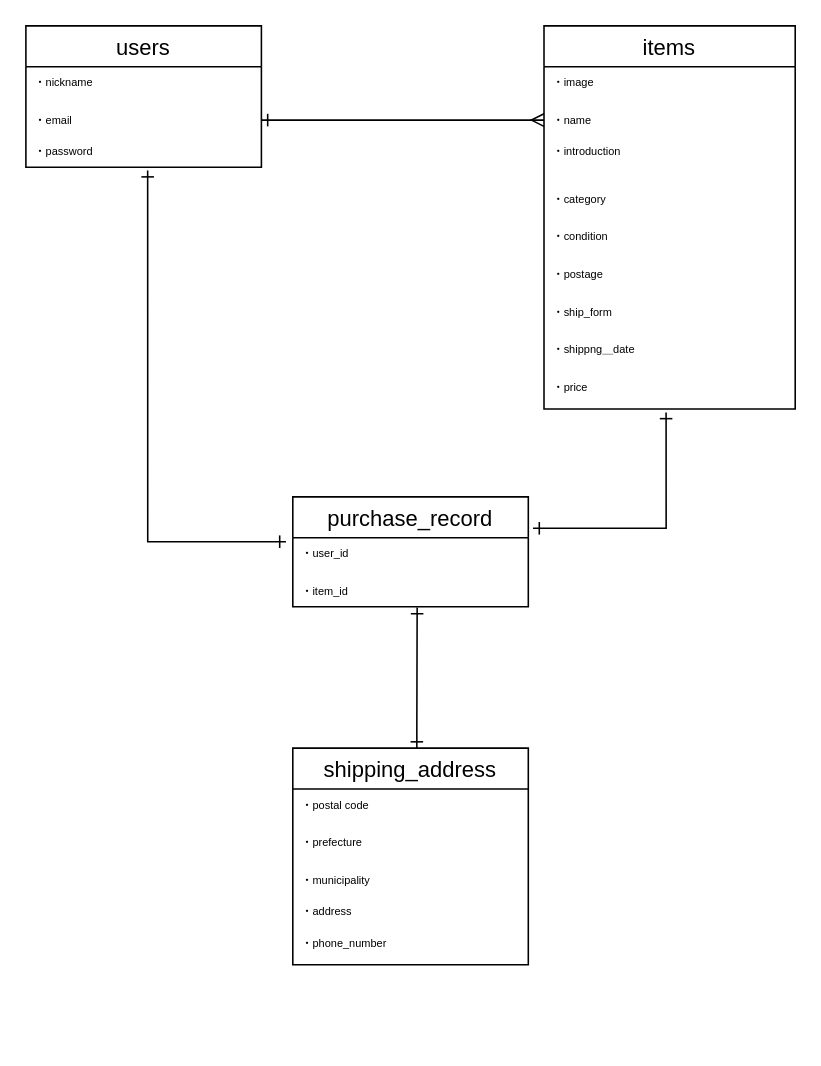
Earlier version of the draw.io diagram test.dio (knt1o12/furima-29069). Source tidied: cells renumbered, new cells numbered last; positions are measured from the earlier drawing's top-left corner, leaving out a move shared by most shapes. Both pictures are drawn from the tidied source at 157%, with x=0, y=0 at pixel (25, 25).
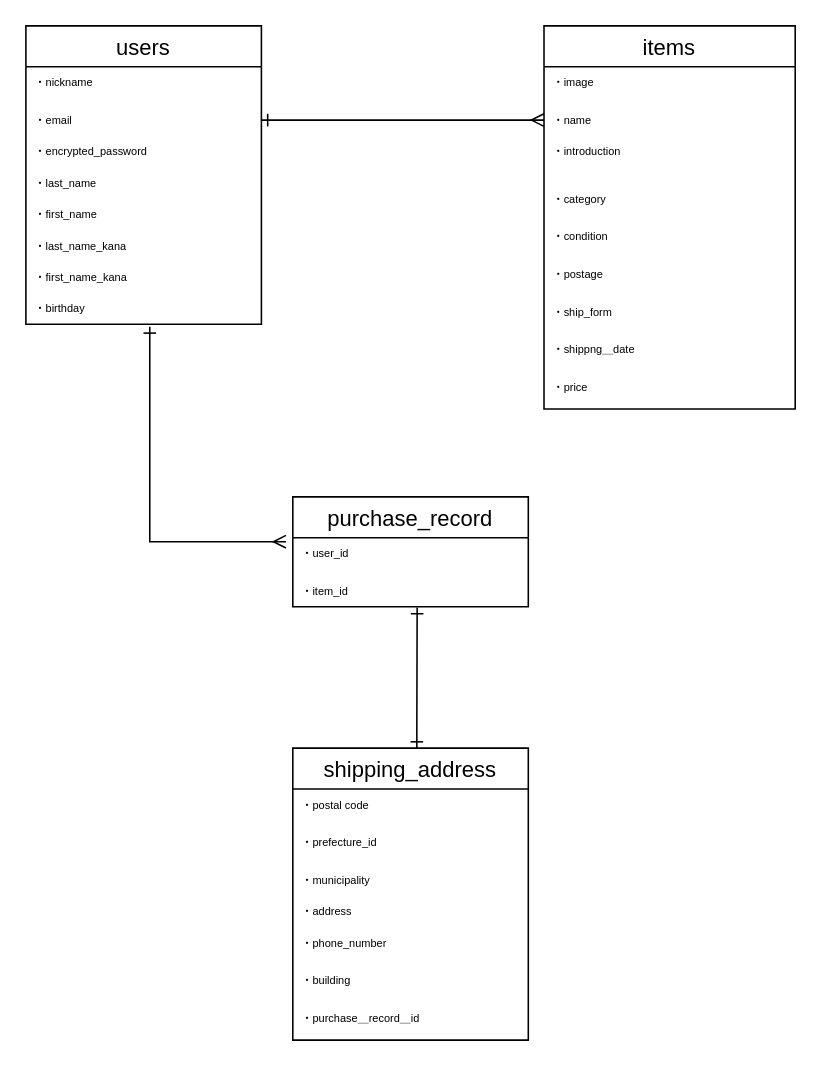
After the change.

Commit message (it also covers changes not shown here):
データ設計　プルリクエスト修正

The change refers to these unchanged cells:
```xml
<mxCell id="15" value="・price" style="text;strokeColor=none;fillColor=none;spacingLeft=4;spacingRight=4;overflow=hidden;points=[[0,0.5],[1,0.5]];portConstraint=eastwest;fontSize=7;" parent="6" vertex="1">
  <mxGeometry y="220" width="160" height="24" as="geometry" />
</mxCell>
<mxCell id="24" value="・user_id&#10;" style="text;strokeColor=none;fillColor=none;spacingLeft=4;spacingRight=4;overflow=hidden;points=[[0,0.5],[1,0.5]];portConstraint=eastwest;fontSize=7;" parent="23" vertex="1">
  <mxGeometry y="26" width="150" height="24" as="geometry" />
</mxCell>
```

Change to the diagram source:
```diff
@@
     <mxCell id="2" value="users" style="swimlane;fontStyle=0;horizontal=1;startSize=26;align=center;fontSize=14;strokeWidth=1;swimlaneLine=1;spacing=1;" parent="1" vertex="1">
-      <mxGeometry width="150" height="90" as="geometry" />
+      <mxGeometry width="150" height="190" as="geometry" />
     </mxCell>
@@
-    <mxCell id="5" value="・password" style="text;strokeColor=none;fillColor=none;spacingLeft=4;spacingRight=4;overflow=hidden;points=[[0,0.5],[1,0.5]];portConstraint=eastwest;fontSize=7;" parent="2" vertex="1">
+    <mxCell id="5" value="・encrypted_password" style="text;strokeColor=none;fillColor=none;spacingLeft=4;spacingRight=4;overflow=hidden;points=[[0,0.5],[1,0.5]];portConstraint=eastwest;fontSize=7;" parent="2" vertex="1">
       <mxGeometry y="70" width="150" height="20" as="geometry" />
     </mxCell>
+    <mxCell id="29" value="・last_name" style="text;strokeColor=none;fillColor=none;spacingLeft=4;spacingRight=4;overflow=hidden;fontSize=7;" parent="2" vertex="1">
+      <mxGeometry y="90" width="150" height="20" as="geometry" />
+    </mxCell>
+    <mxCell id="30" value="・first_name" style="text;strokeColor=none;fillColor=none;spacingLeft=4;spacingRight=4;overflow=hidden;fontSize=7;" parent="2" vertex="1">
+      <mxGeometry y="110" width="150" height="20" as="geometry" />
+    </mxCell>
+    <mxCell id="31" value="・last_name_kana" style="text;strokeColor=none;fillColor=none;spacingLeft=4;spacingRight=4;overflow=hidden;fontSize=7;" parent="2" vertex="1">
+      <mxGeometry y="130" width="150" height="20" as="geometry" />
+    </mxCell>
+    <mxCell id="32" value="・first_name_kana" style="text;strokeColor=none;fillColor=none;spacingLeft=4;spacingRight=4;overflow=hidden;fontSize=7;" parent="2" vertex="1">
+      <mxGeometry y="150" width="150" height="20" as="geometry" />
+    </mxCell>
+    <mxCell id="33" value="・birthday" style="text;strokeColor=none;fillColor=none;spacingLeft=4;spacingRight=4;overflow=hidden;points=[[0,0.5],[1,0.5]];portConstraint=eastwest;fontSize=7;" parent="2" vertex="1">
+      <mxGeometry y="170" width="150" height="20" as="geometry" />
+    </mxCell>
@@
     <mxCell id="17" value="shipping_address" style="swimlane;fontStyle=0;horizontal=1;startSize=26;align=center;fontSize=14;strokeWidth=1;swimlaneLine=1;spacing=1;" parent="1" vertex="1">
-      <mxGeometry x="170" y="460" width="150" height="138" as="geometry" />
+      <mxGeometry x="170" y="460" width="150" height="186" as="geometry" />
     </mxCell>
@@
-    <mxCell id="19" value="・prefecture" style="text;strokeColor=none;fillColor=none;spacingLeft=4;spacingRight=4;overflow=hidden;fontSize=7;" parent="17" vertex="1">
+    <mxCell id="19" value="・prefecture_id" style="text;strokeColor=none;fillColor=none;spacingLeft=4;spacingRight=4;overflow=hidden;fontSize=7;" parent="17" vertex="1">
       <mxGeometry y="50" width="150" height="24" as="geometry" />
     </mxCell>
@@
+    <mxCell id="34" value="・phone_number" style="text;strokeColor=none;fillColor=none;spacingLeft=4;spacingRight=4;overflow=hidden;fontSize=7;" parent="17" vertex="1">
+      <mxGeometry y="114" width="150" height="24" as="geometry" />
+    </mxCell>
+    <mxCell id="35" value="・building" style="text;strokeColor=none;fillColor=none;spacingLeft=4;spacingRight=4;overflow=hidden;fontSize=7;" parent="17" vertex="1">
+      <mxGeometry y="138" width="150" height="24" as="geometry" />
+    </mxCell>
-    <mxCell id="22" value="・phone_number" style="text;strokeColor=none;fillColor=none;spacingLeft=4;spacingRight=4;overflow=hidden;fontSize=7;" parent="17" vertex="1">
-      <mxGeometry y="114" width="150" height="24" as="geometry" />
+    <mxCell id="22" value="・purchase＿record＿id" style="text;strokeColor=none;fillColor=none;spacingLeft=4;spacingRight=4;overflow=hidden;fontSize=7;" parent="17" vertex="1">
+      <mxGeometry y="162" width="150" height="24" as="geometry" />
     </mxCell>
@@
-    <mxCell id="27" style="edgeStyle=orthogonalEdgeStyle;rounded=0;jettySize=auto;html=1;fontSize=7;endArrow=ERone;endFill=0;strokeWidth=1;sourcePerimeterSpacing=0;startArrow=ERone;startFill=0;exitX=0.517;exitY=1.108;exitDx=0;exitDy=0;exitPerimeter=0;entryX=-0.029;entryY=0.105;entryDx=0;entryDy=0;entryPerimeter=0;" parent="1" edge="1" source="5" target="24">
+    <mxCell id="27" style="edgeStyle=orthogonalEdgeStyle;rounded=0;jettySize=auto;html=1;fontSize=7;endArrow=ERmany;endFill=0;strokeWidth=1;sourcePerimeterSpacing=0;startArrow=ERone;startFill=0;entryX=-0.029;entryY=0.105;entryDx=0;entryDy=0;entryPerimeter=0;exitX=0.526;exitY=1.083;exitDx=0;exitDy=0;exitPerimeter=0;" parent="1" edge="1" source="33" target="24">
       <mxGeometry relative="1" as="geometry">
         <Array as="points">
-          <mxPoint x="78" y="328" />
+          <mxPoint x="79" y="329" />
         </Array>
       </mxGeometry>
     </mxCell>
-    <mxCell id="28" style="edgeStyle=orthogonalEdgeStyle;rounded=0;jettySize=auto;html=1;startArrow=ERone;startFill=0;sourcePerimeterSpacing=0;endArrow=ERone;endFill=0;strokeWidth=1;fontSize=7;entryX=0.486;entryY=1.09;entryDx=0;entryDy=0;entryPerimeter=0;" parent="1" edge="1" target="15">
-      <mxGeometry relative="1" as="geometry">
-        <mxPoint x="323" y="320" as="sourcePoint" />
-        <Array as="points">
-          <mxPoint x="408" y="320" />
-        </Array>
-      </mxGeometry>
-    </mxCell>
```
